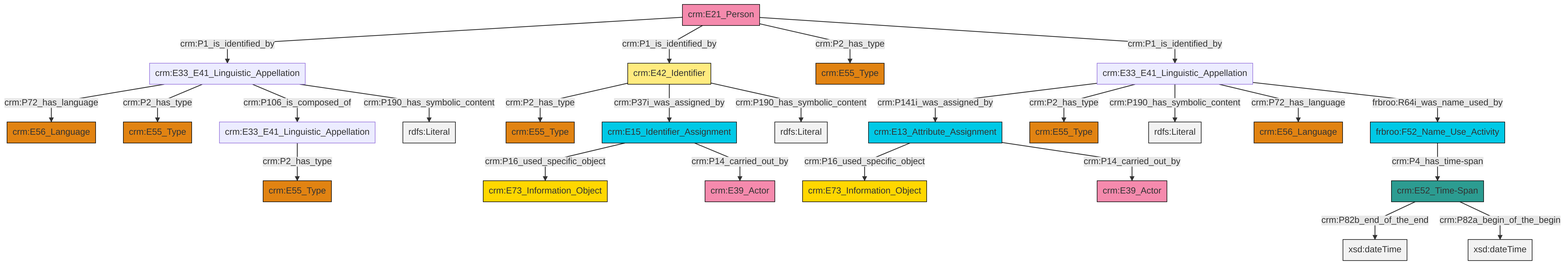
Above: et/personCSV/ttl/mmd/png/Person_Names_and_Classification.png in swiss-art-research-net/reference-data-models (Mermaid), before the change. Its source is kept beside it as et/personCSV/ttl/mmd/Person_Names_and_Classification.ttl.mmd.
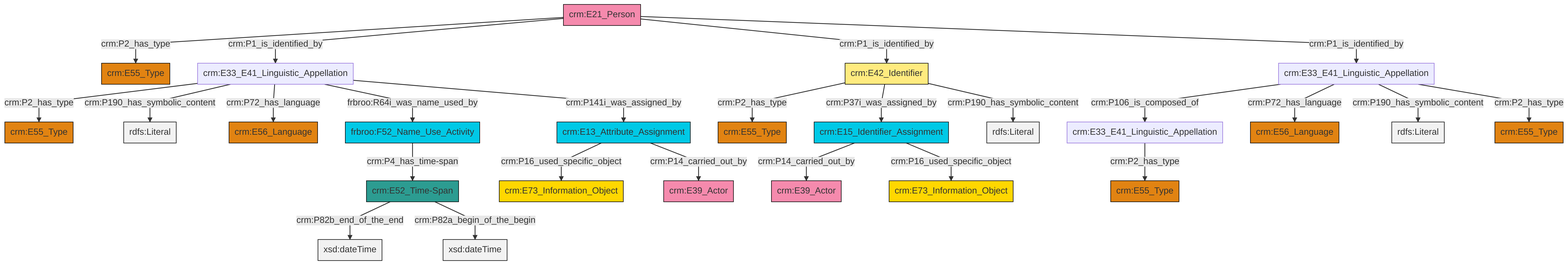
The same file after the commit.

Diff of the diagram source:
```diff
@@ -13,27 +13,27 @@
 classDef PC_Classes fill:#4ce600, stroke:#000000;
 classDef Multi fill:#cccccc,stroke:#000000;
 
-0["crm:E33_E41_Linguistic_Appellation"]:::Default -->|crm:P141i_was_assigned_by| 1["crm:E13_Attribute_Assignment"]:::Temporal_Entity
-1["crm:E13_Attribute_Assignment"]:::Temporal_Entity -->|crm:P16_used_specific_object| 2["crm:E73_Information_Object"]:::Conceptual_Object
-3["crm:E33_E41_Linguistic_Appellation"]:::Default -->|crm:P72_has_language| 4["crm:E56_Language"]:::Type
-5["crm:E52_Time-Span"]:::Time-Span -->|crm:P82b_end_of_the_end| 6[xsd:dateTime]:::Literal
-11["crm:E42_Identifier"]:::Appellation -->|crm:P2_has_type| 12["crm:E55_Type"]:::Type
-13["crm:E33_E41_Linguistic_Appellation"]:::Default -->|crm:P2_has_type| 9["crm:E55_Type"]:::Type
-15["crm:E21_Person"]:::Actor -->|crm:P1_is_identified_by| 3["crm:E33_E41_Linguistic_Appellation"]:::Default
-5["crm:E52_Time-Span"]:::Time-Span -->|crm:P82a_begin_of_the_begin| 16[xsd:dateTime]:::Literal
-1["crm:E13_Attribute_Assignment"]:::Temporal_Entity -->|crm:P14_carried_out_by| 17["crm:E39_Actor"]:::Actor
-3["crm:E33_E41_Linguistic_Appellation"]:::Default -->|crm:P2_has_type| 21["crm:E55_Type"]:::Type
-15["crm:E21_Person"]:::Actor -->|crm:P1_is_identified_by| 11["crm:E42_Identifier"]:::Appellation
-3["crm:E33_E41_Linguistic_Appellation"]:::Default -->|crm:P106_is_composed_of| 13["crm:E33_E41_Linguistic_Appellation"]:::Default
-0["crm:E33_E41_Linguistic_Appellation"]:::Default -->|crm:P2_has_type| 30["crm:E55_Type"]:::Type
-0["crm:E33_E41_Linguistic_Appellation"]:::Default -->|crm:P190_has_symbolic_content| 31[rdfs:Literal]:::Literal
-32["frbroo:F52_Name_Use_Activity"]:::Temporal_Entity -->|crm:P4_has_time-span| 5["crm:E52_Time-Span"]:::Time-Span
-3["crm:E33_E41_Linguistic_Appellation"]:::Default -->|crm:P190_has_symbolic_content| 33[rdfs:Literal]:::Literal
-11["crm:E42_Identifier"]:::Appellation -->|crm:P37i_was_assigned_by| 25["crm:E15_Identifier_Assignment"]:::Temporal_Entity
-15["crm:E21_Person"]:::Actor -->|crm:P2_has_type| 23["crm:E55_Type"]:::Type
-0["crm:E33_E41_Linguistic_Appellation"]:::Default -->|crm:P72_has_language| 27["crm:E56_Language"]:::Type
-25["crm:E15_Identifier_Assignment"]:::Temporal_Entity -->|crm:P16_used_specific_object| 35["crm:E73_Information_Object"]:::Conceptual_Object
-11["crm:E42_Identifier"]:::Appellation -->|crm:P190_has_symbolic_content| 41[rdfs:Literal]:::Literal
-15["crm:E21_Person"]:::Actor -->|crm:P1_is_identified_by| 0["crm:E33_E41_Linguistic_Appellation"]:::Default
-25["crm:E15_Identifier_Assignment"]:::Temporal_Entity -->|crm:P14_carried_out_by| 7["crm:E39_Actor"]:::Actor
-0["crm:E33_E41_Linguistic_Appellation"]:::Default -->|frbroo:R64i_was_name_used_by| 32["frbroo:F52_Name_Use_Activity"]:::Temporal_Entity
+6["crm:E42_Identifier"]:::Appellation -->|crm:P2_has_type| 7["crm:E55_Type"]:::Type
+8["crm:E33_E41_Linguistic_Appellation"]:::Default -->|crm:P2_has_type| 2["crm:E55_Type"]:::Type
+0["crm:E52_Time-Span"]:::Time-Span -->|crm:P82b_end_of_the_end| 11[xsd:dateTime]:::Literal
+14["crm:E21_Person"]:::Actor -->|crm:P2_has_type| 15["crm:E55_Type"]:::Type
+8["crm:E33_E41_Linguistic_Appellation"]:::Default -->|crm:P190_has_symbolic_content| 24[rdfs:Literal]:::Literal
+8["crm:E33_E41_Linguistic_Appellation"]:::Default -->|crm:P72_has_language| 25["crm:E56_Language"]:::Type
+6["crm:E42_Identifier"]:::Appellation -->|crm:P37i_was_assigned_by| 9["crm:E15_Identifier_Assignment"]:::Temporal_Entity
+0["crm:E52_Time-Span"]:::Time-Span -->|crm:P82a_begin_of_the_begin| 27[xsd:dateTime]:::Literal
+14["crm:E21_Person"]:::Actor -->|crm:P1_is_identified_by| 8["crm:E33_E41_Linguistic_Appellation"]:::Default
+31["crm:E13_Attribute_Assignment"]:::Temporal_Entity -->|crm:P16_used_specific_object| 17["crm:E73_Information_Object"]:::Conceptual_Object
+12["crm:E33_E41_Linguistic_Appellation"]:::Default -->|crm:P2_has_type| 34["crm:E55_Type"]:::Type
+20["crm:E33_E41_Linguistic_Appellation"]:::Default -->|crm:P106_is_composed_of| 12["crm:E33_E41_Linguistic_Appellation"]:::Default
+8["crm:E33_E41_Linguistic_Appellation"]:::Default -->|frbroo:R64i_was_name_used_by| 35["frbroo:F52_Name_Use_Activity"]:::Temporal_Entity
+20["crm:E33_E41_Linguistic_Appellation"]:::Default -->|crm:P72_has_language| 28["crm:E56_Language"]:::Type
+9["crm:E15_Identifier_Assignment"]:::Temporal_Entity -->|crm:P14_carried_out_by| 36["crm:E39_Actor"]:::Actor
+8["crm:E33_E41_Linguistic_Appellation"]:::Default -->|crm:P141i_was_assigned_by| 31["crm:E13_Attribute_Assignment"]:::Temporal_Entity
+20["crm:E33_E41_Linguistic_Appellation"]:::Default -->|crm:P190_has_symbolic_content| 39[rdfs:Literal]:::Literal
+14["crm:E21_Person"]:::Actor -->|crm:P1_is_identified_by| 6["crm:E42_Identifier"]:::Appellation
+14["crm:E21_Person"]:::Actor -->|crm:P1_is_identified_by| 20["crm:E33_E41_Linguistic_Appellation"]:::Default
+31["crm:E13_Attribute_Assignment"]:::Temporal_Entity -->|crm:P14_carried_out_by| 41["crm:E39_Actor"]:::Actor
+6["crm:E42_Identifier"]:::Appellation -->|crm:P190_has_symbolic_content| 43[rdfs:Literal]:::Literal
+9["crm:E15_Identifier_Assignment"]:::Temporal_Entity -->|crm:P16_used_specific_object| 22["crm:E73_Information_Object"]:::Conceptual_Object
+35["frbroo:F52_Name_Use_Activity"]:::Temporal_Entity -->|crm:P4_has_time-span| 0["crm:E52_Time-Span"]:::Time-Span
+20["crm:E33_E41_Linguistic_Appellation"]:::Default -->|crm:P2_has_type| 4["crm:E55_Type"]:::Type
```
